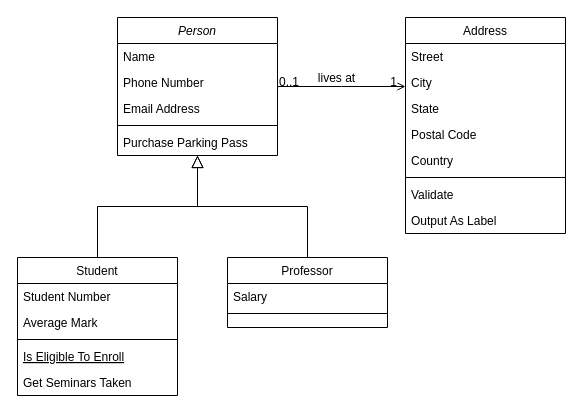
Before: Диаграмма классов.drawio in Leewhocan/9_siaod, a draw.io diagram. Source tidied: cells renumbered, new cells numbered last; positions are measured from the earlier drawing's top-left corner, leaving out a move shared by most shapes. Both pictures are drawn from the tidied source at 100%, with x=0, y=0 at pixel (17, 17).
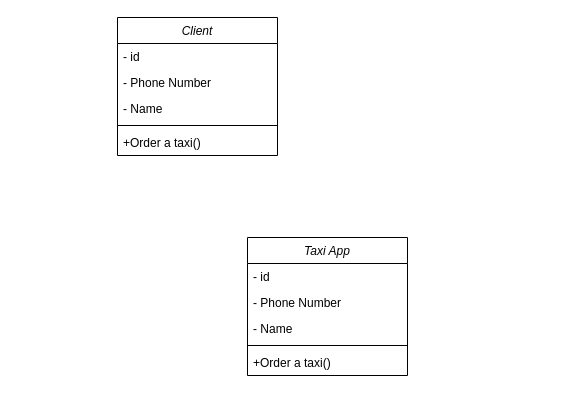
The same diagram, later.

Diff of the diagram source:
```diff
@@
-    <mxCell id="2" value="Person" style="swimlane;fontStyle=2;align=center;verticalAlign=top;horizontal=1;startSize=26;rounded=0;shadow=0;strokeWidth=1;" parent="1" vertex="1">
+    <mxCell id="2" value="Сlient" style="swimlane;fontStyle=2;align=center;verticalAlign=top;horizontal=1;startSize=26;rounded=0;shadow=0;strokeWidth=1;" parent="1" vertex="1">
       <mxGeometry x="100" width="160" height="138" as="geometry" />
     </mxCell>
-    <mxCell id="3" value="Name" style="text;align=left;verticalAlign=top;spacingLeft=4;spacingRight=4;overflow=hidden;" parent="2" vertex="1">
+    <mxCell id="3" value="- id" style="text;align=left;verticalAlign=top;spacingLeft=4;spacingRight=4;overflow=hidden;" parent="2" vertex="1">
       <mxGeometry y="26" width="160" height="26" as="geometry" />
     </mxCell>
-    <mxCell id="4" value="Phone Number" style="text;align=left;verticalAlign=top;spacingLeft=4;spacingRight=4;overflow=hidden;rounded=0;shadow=0;html=0;" parent="2" vertex="1">
+    <mxCell id="4" value="- Phone Number" style="text;align=left;verticalAlign=top;spacingLeft=4;spacingRight=4;overflow=hidden;rounded=0;shadow=0;html=0;" parent="2" vertex="1">
       <mxGeometry y="52" width="160" height="26" as="geometry" />
     </mxCell>
-    <mxCell id="5" value="Email Address" style="text;align=left;verticalAlign=top;spacingLeft=4;spacingRight=4;overflow=hidden;rounded=0;shadow=0;html=0;" parent="2" vertex="1">
+    <mxCell id="5" value="- Name" style="text;align=left;verticalAlign=top;spacingLeft=4;spacingRight=4;overflow=hidden;rounded=0;shadow=0;html=0;" parent="2" vertex="1">
       <mxGeometry y="78" width="160" height="26" as="geometry" />
     </mxCell>
@@
-    <mxCell id="7" value="Purchase Parking Pass" style="text;align=left;verticalAlign=top;spacingLeft=4;spacingRight=4;overflow=hidden;" parent="2" vertex="1">
+    <mxCell id="7" value="+Order a taxi()" style="text;align=left;verticalAlign=top;spacingLeft=4;spacingRight=4;overflow=hidden;" parent="2" vertex="1">
       <mxGeometry y="112" width="160" height="26" as="geometry" />
     </mxCell>
-    <mxCell id="8" value="Student" style="swimlane;fontStyle=0;align=center;verticalAlign=top;horizontal=1;startSize=26;rounded=0;shadow=0;strokeWidth=1;" parent="1" vertex="1">
-      <mxGeometry y="240" width="160" height="138" as="geometry" />
-    </mxCell>
-    <mxCell id="9" value="Student Number" style="text;align=left;verticalAlign=top;spacingLeft=4;spacingRight=4;overflow=hidden;" parent="8" vertex="1">
-      <mxGeometry y="26" width="160" height="26" as="geometry" />
-    </mxCell>
-    <mxCell id="10" value="Average Mark" style="text;align=left;verticalAlign=top;spacingLeft=4;spacingRight=4;overflow=hidden;rounded=0;shadow=0;html=0;" parent="8" vertex="1">
-      <mxGeometry y="52" width="160" height="26" as="geometry" />
-    </mxCell>
-    <mxCell id="11" style="line;html=1;strokeWidth=1;align=left;verticalAlign=middle;spacingTop=-1;spacingLeft=3;spacingRight=3;labelPosition=right;" parent="8" vertex="1">
-      <mxGeometry y="78" width="160" height="8" as="geometry" />
-    </mxCell>
-    <mxCell id="12" value="Is Eligible To Enroll" style="text;align=left;verticalAlign=top;spacingLeft=4;spacingRight=4;overflow=hidden;fontStyle=4;" parent="8" vertex="1">
-      <mxGeometry y="86" width="160" height="26" as="geometry" />
-    </mxCell>
-    <mxCell id="13" value="Get Seminars Taken" style="text;align=left;verticalAlign=top;spacingLeft=4;spacingRight=4;overflow=hidden;" parent="8" vertex="1">
-      <mxGeometry y="112" width="160" height="26" as="geometry" />
-    </mxCell>
-    <mxCell id="14" style="endArrow=block;endSize=10;endFill=0;shadow=0;strokeWidth=1;rounded=0;edgeStyle=elbowEdgeStyle;elbow=vertical;" parent="1" edge="1" source="8" target="2">
-      <mxGeometry relative="1" as="geometry" />
-    </mxCell>
-    <mxCell id="15" value="Professor" style="swimlane;fontStyle=0;align=center;verticalAlign=top;horizontal=1;startSize=26;rounded=0;shadow=0;strokeWidth=1;" parent="1" vertex="1">
-      <mxGeometry x="210" y="240" width="160" height="70" as="geometry" />
-    </mxCell>
-    <mxCell id="16" value="Salary" style="text;align=left;verticalAlign=top;spacingLeft=4;spacingRight=4;overflow=hidden;" parent="15" vertex="1">
-      <mxGeometry y="26" width="160" height="26" as="geometry" />
-    </mxCell>
-    <mxCell id="17" style="line;html=1;strokeWidth=1;align=left;verticalAlign=middle;spacingTop=-1;spacingLeft=3;spacingRight=3;labelPosition=right;" parent="15" vertex="1">
-      <mxGeometry y="52" width="160" height="8" as="geometry" />
-    </mxCell>
-    <mxCell id="18" style="endArrow=block;endSize=10;endFill=0;shadow=0;strokeWidth=1;rounded=0;edgeStyle=elbowEdgeStyle;elbow=vertical;" parent="1" edge="1" source="15" target="2">
-      <mxGeometry relative="1" as="geometry" />
-    </mxCell>
-    <mxCell id="19" value="Address" style="swimlane;fontStyle=0;align=center;verticalAlign=top;horizontal=1;startSize=26;rounded=0;shadow=0;strokeWidth=1;" parent="1" vertex="1">
-      <mxGeometry x="388" width="160" height="216" as="geometry" />
-    </mxCell>
-    <mxCell id="20" value="Street" style="text;align=left;verticalAlign=top;spacingLeft=4;spacingRight=4;overflow=hidden;" parent="19" vertex="1">
-      <mxGeometry y="26" width="160" height="26" as="geometry" />
-    </mxCell>
-    <mxCell id="21" value="City" style="text;align=left;verticalAlign=top;spacingLeft=4;spacingRight=4;overflow=hidden;rounded=0;shadow=0;html=0;" parent="19" vertex="1">
-      <mxGeometry y="52" width="160" height="26" as="geometry" />
-    </mxCell>
-    <mxCell id="22" value="State" style="text;align=left;verticalAlign=top;spacingLeft=4;spacingRight=4;overflow=hidden;rounded=0;shadow=0;html=0;" parent="19" vertex="1">
-      <mxGeometry y="78" width="160" height="26" as="geometry" />
-    </mxCell>
-    <mxCell id="23" value="Postal Code" style="text;align=left;verticalAlign=top;spacingLeft=4;spacingRight=4;overflow=hidden;rounded=0;shadow=0;html=0;" parent="19" vertex="1">
-      <mxGeometry y="104" width="160" height="26" as="geometry" />
-    </mxCell>
-    <mxCell id="24" value="Country" style="text;align=left;verticalAlign=top;spacingLeft=4;spacingRight=4;overflow=hidden;rounded=0;shadow=0;html=0;" parent="19" vertex="1">
-      <mxGeometry y="130" width="160" height="26" as="geometry" />
-    </mxCell>
-    <mxCell id="25" style="line;html=1;strokeWidth=1;align=left;verticalAlign=middle;spacingTop=-1;spacingLeft=3;spacingRight=3;labelPosition=right;" parent="19" vertex="1">
-      <mxGeometry y="156" width="160" height="8" as="geometry" />
-    </mxCell>
-    <mxCell id="26" value="Validate" style="text;align=left;verticalAlign=top;spacingLeft=4;spacingRight=4;overflow=hidden;" parent="19" vertex="1">
-      <mxGeometry y="164" width="160" height="26" as="geometry" />
-    </mxCell>
-    <mxCell id="27" value="Output As Label" style="text;align=left;verticalAlign=top;spacingLeft=4;spacingRight=4;overflow=hidden;" parent="19" vertex="1">
-      <mxGeometry y="190" width="160" height="26" as="geometry" />
-    </mxCell>
-    <mxCell id="28" style="endArrow=open;shadow=0;strokeWidth=1;rounded=0;endFill=1;edgeStyle=elbowEdgeStyle;elbow=vertical;" parent="1" edge="1" source="2" target="19">
-      <mxGeometry x="0.5" y="41" relative="1" as="geometry">
-        <mxPoint x="-40" y="32" as="offset" />
-      </mxGeometry>
-    </mxCell>
-    <mxCell id="29" value="0..1" style="align=left;verticalAlign=bottom;labelBackgroundColor=none;fontSize=12;" parent="28" vertex="1">
-      <mxGeometry x="-1" relative="1" as="geometry">
-        <mxPoint y="4" as="offset" />
-      </mxGeometry>
-    </mxCell>
-    <mxCell id="30" value="1" style="align=right;verticalAlign=bottom;labelBackgroundColor=none;fontSize=12;" parent="28" vertex="1">
-      <mxGeometry x="1" relative="1" as="geometry">
-        <mxPoint x="-7" y="4" as="offset" />
-      </mxGeometry>
-    </mxCell>
-    <mxCell id="31" value="lives at" style="text;html=1;align=center;verticalAlign=middle;labelBackgroundColor=none;rounded=0;shadow=0;strokeWidth=1;fontSize=12;" parent="28" vertex="1">
-      <mxGeometry x="0.5" y="49" relative="1" as="geometry">
-        <mxPoint x="-38" y="40" as="offset" />
-      </mxGeometry>
-    </mxCell>
+    <mxCell id="32" value="Taxi App&#10;" style="swimlane;fontStyle=2;align=center;verticalAlign=top;horizontal=1;startSize=26;rounded=0;shadow=0;strokeWidth=1;" parent="1" vertex="1">
+      <mxGeometry x="230" y="220" width="160" height="138" as="geometry" />
+    </mxCell>
+    <mxCell id="33" value="- id" style="text;align=left;verticalAlign=top;spacingLeft=4;spacingRight=4;overflow=hidden;" parent="32" vertex="1">
+      <mxGeometry y="26" width="160" height="26" as="geometry" />
+    </mxCell>
+    <mxCell id="34" value="- Phone Number" style="text;align=left;verticalAlign=top;spacingLeft=4;spacingRight=4;overflow=hidden;rounded=0;shadow=0;html=0;" parent="32" vertex="1">
+      <mxGeometry y="52" width="160" height="26" as="geometry" />
+    </mxCell>
+    <mxCell id="35" value="- Name" style="text;align=left;verticalAlign=top;spacingLeft=4;spacingRight=4;overflow=hidden;rounded=0;shadow=0;html=0;" parent="32" vertex="1">
+      <mxGeometry y="78" width="160" height="26" as="geometry" />
+    </mxCell>
+    <mxCell id="36" style="line;html=1;strokeWidth=1;align=left;verticalAlign=middle;spacingTop=-1;spacingLeft=3;spacingRight=3;labelPosition=right;" parent="32" vertex="1">
+      <mxGeometry y="104" width="160" height="8" as="geometry" />
+    </mxCell>
+    <mxCell id="37" value="+Order a taxi()" style="text;align=left;verticalAlign=top;spacingLeft=4;spacingRight=4;overflow=hidden;" parent="32" vertex="1">
+      <mxGeometry y="112" width="160" height="26" as="geometry" />
+    </mxCell>
```
